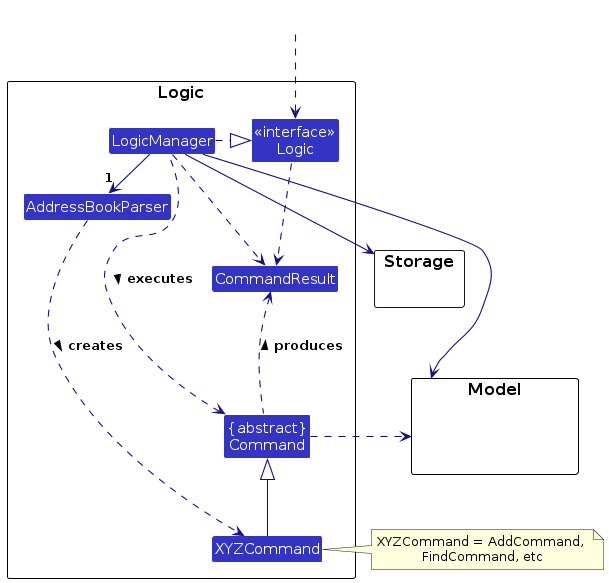
The PlantUML diagram diagrams/LogicClassDiagram.png in craigtonlian/tp, before a commit. Its source is kept beside it as diagrams/LogicClassDiagram.puml.
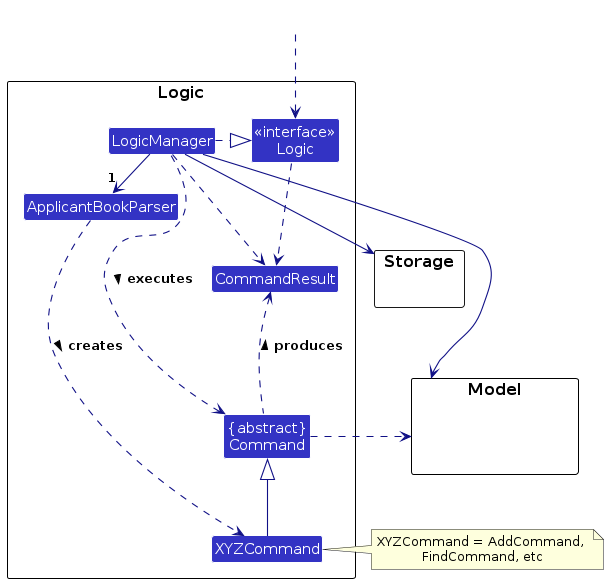
Above is the later version.

What changed in the source:
```diff
@@ -6,7 +6,7 @@
 
 package Logic as LogicPackage {
 
-Class AddressBookParser
+Class ApplicantBookParser
 Class XYZCommand
 Class CommandResult
 Class "{abstract}\nCommand" as Command
@@ -27,8 +27,8 @@
 HiddenOutside ..> Logic
 
 LogicManager .right.|> Logic
-LogicManager -right->"1" AddressBookParser
-AddressBookParser ..> XYZCommand : creates >
+LogicManager -right->"1" ApplicantBookParser
+ApplicantBookParser ..> XYZCommand : creates >
 
 XYZCommand -up-|> Command
 LogicManager .left.> Command : executes >
```
